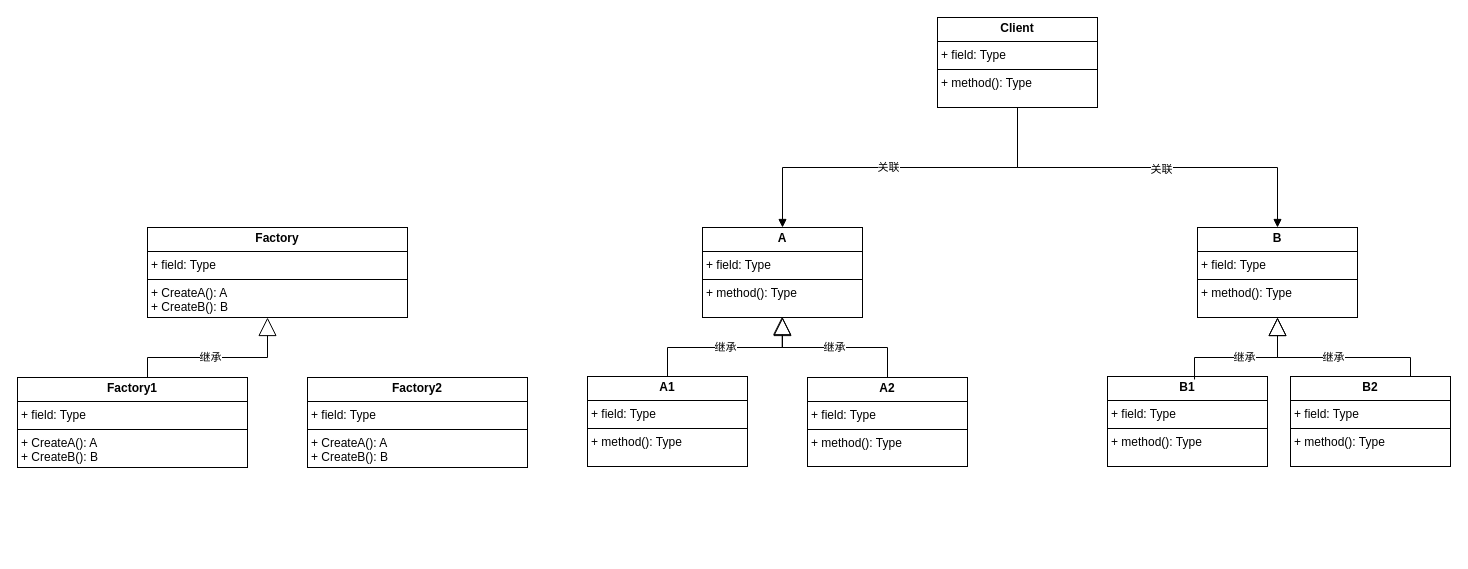
Above: page "第 2 页" (2 of 2) of 设计模式.drawio in liyunhao2/technology (draw.io), before the change. Source tidied: cells renumbered, new cells numbered last; positions are measured from the earlier drawing's top-left corner, leaving out a move shared by most shapes. Both pictures are drawn from the tidied source at 100%, with x=0, y=0 at pixel (17, 17).
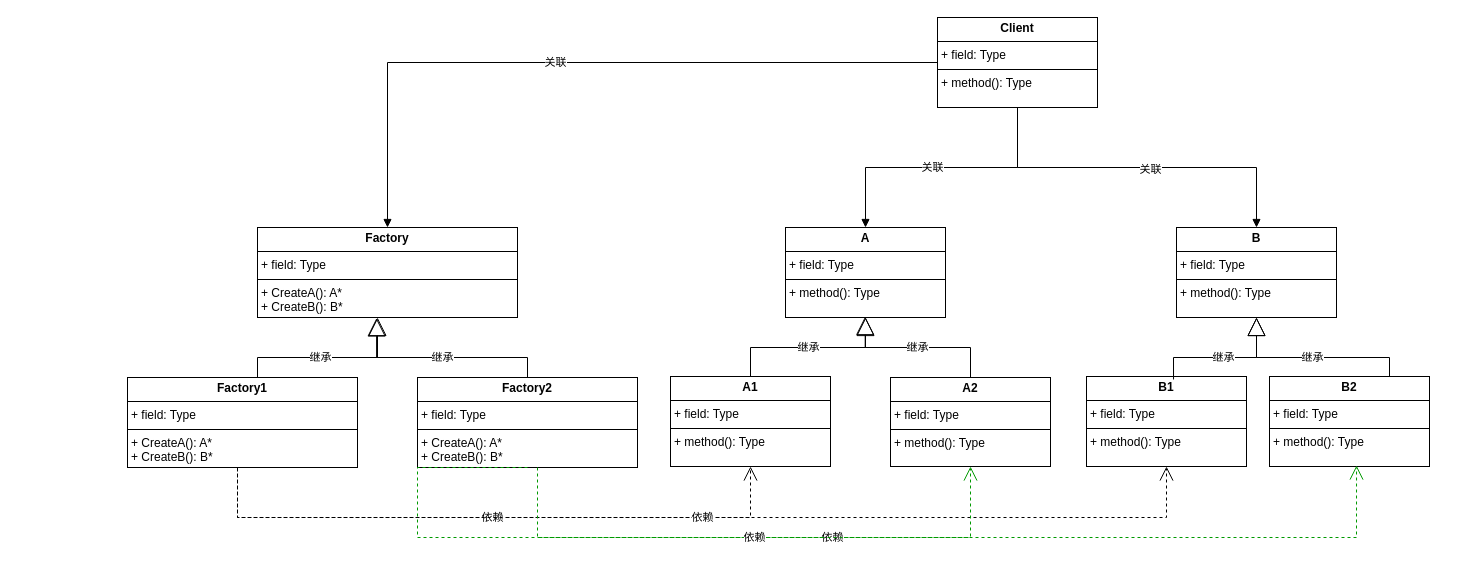
After the change.

Commit message (it also covers changes not shown here):
更新设计模式.drawio

Unchanged cells that the change refers to:
```xml
<mxCell id="2" value="&lt;p style=&quot;margin:0px;margin-top:4px;text-align:center;&quot;&gt;&lt;b&gt;Client&lt;/b&gt;&lt;/p&gt;&lt;hr size=&quot;1&quot; style=&quot;border-style:solid;&quot;&gt;&lt;p style=&quot;margin:0px;margin-left:4px;&quot;&gt;+ field: Type&lt;/p&gt;&lt;hr size=&quot;1&quot; style=&quot;border-style:solid;&quot;&gt;&lt;p style=&quot;margin:0px;margin-left:4px;&quot;&gt;+ method(): Type&lt;/p&gt;" style="verticalAlign=top;align=left;overflow=fill;html=1;whiteSpace=wrap;" parent="1" vertex="1">
  <mxGeometry x="920" width="160" height="90" as="geometry" />
</mxCell>
```

Diff of the diagram source:
```diff
@@
     <mxCell id="3" value="&lt;p style=&quot;margin:0px;margin-top:4px;text-align:center;&quot;&gt;&lt;b&gt;A1&lt;/b&gt;&lt;/p&gt;&lt;hr size=&quot;1&quot; style=&quot;border-style:solid;&quot;&gt;&lt;p style=&quot;margin:0px;margin-left:4px;&quot;&gt;+ field: Type&lt;/p&gt;&lt;hr size=&quot;1&quot; style=&quot;border-style:solid;&quot;&gt;&lt;p style=&quot;margin:0px;margin-left:4px;&quot;&gt;+ method(): Type&lt;/p&gt;" style="verticalAlign=top;align=left;overflow=fill;html=1;whiteSpace=wrap;" parent="1" vertex="1">
-      <mxGeometry x="570" y="359" width="160" height="90" as="geometry" />
+      <mxGeometry x="653" y="359" width="160" height="90" as="geometry" />
     </mxCell>
     <mxCell id="4" value="&lt;p style=&quot;margin:0px;margin-top:4px;text-align:center;&quot;&gt;&lt;b&gt;A&lt;/b&gt;&lt;/p&gt;&lt;hr size=&quot;1&quot; style=&quot;border-style:solid;&quot;&gt;&lt;p style=&quot;margin:0px;margin-left:4px;&quot;&gt;+ field: Type&lt;/p&gt;&lt;hr size=&quot;1&quot; style=&quot;border-style:solid;&quot;&gt;&lt;p style=&quot;margin:0px;margin-left:4px;&quot;&gt;+ method(): Type&lt;/p&gt;" style="verticalAlign=top;align=left;overflow=fill;html=1;whiteSpace=wrap;" parent="1" vertex="1">
-      <mxGeometry x="685" y="210" width="160" height="90" as="geometry" />
+      <mxGeometry x="768" y="210" width="160" height="90" as="geometry" />
     </mxCell>
     <mxCell id="5" value="&lt;p style=&quot;margin:0px;margin-top:4px;text-align:center;&quot;&gt;&lt;b&gt;A2&lt;/b&gt;&lt;br&gt;&lt;/p&gt;&lt;hr size=&quot;1&quot; style=&quot;border-style:solid;&quot;&gt;&lt;p style=&quot;margin:0px;margin-left:4px;&quot;&gt;+ field: Type&lt;/p&gt;&lt;hr size=&quot;1&quot; style=&quot;border-style:solid;&quot;&gt;&lt;p style=&quot;margin:0px;margin-left:4px;&quot;&gt;+ method(): Type&lt;/p&gt;" style="verticalAlign=top;align=left;overflow=fill;html=1;whiteSpace=wrap;" parent="1" vertex="1">
-      <mxGeometry x="790" y="360" width="160" height="89" as="geometry" />
+      <mxGeometry x="873" y="360" width="160" height="89" as="geometry" />
     </mxCell>
-    <mxCell id="6" value="&lt;p style=&quot;margin:0px;margin-top:4px;text-align:center;&quot;&gt;&lt;b&gt;Factory&lt;/b&gt;&lt;/p&gt;&lt;hr size=&quot;1&quot; style=&quot;border-style:solid;&quot;&gt;&lt;p style=&quot;margin:0px;margin-left:4px;&quot;&gt;+ field: Type&lt;br&gt;&lt;/p&gt;&lt;hr size=&quot;1&quot; style=&quot;border-style:solid;&quot;&gt;&lt;p style=&quot;margin:0px;margin-left:4px;&quot;&gt;+ CreateA(): A&lt;/p&gt;&lt;p style=&quot;margin:0px;margin-left:4px;&quot;&gt;+ CreateB(): B&lt;br&gt;&lt;/p&gt;" style="verticalAlign=top;align=left;overflow=fill;html=1;whiteSpace=wrap;" parent="1" vertex="1">
-      <mxGeometry x="130" y="210" width="260" height="90" as="geometry" />
+    <mxCell id="6" value="&lt;p style=&quot;margin:0px;margin-top:4px;text-align:center;&quot;&gt;&lt;b&gt;Factory&lt;/b&gt;&lt;/p&gt;&lt;hr size=&quot;1&quot; style=&quot;border-style:solid;&quot;&gt;&lt;p style=&quot;margin:0px;margin-left:4px;&quot;&gt;+ field: Type&lt;br&gt;&lt;/p&gt;&lt;hr size=&quot;1&quot; style=&quot;border-style:solid;&quot;&gt;&lt;p style=&quot;margin:0px;margin-left:4px;&quot;&gt;+ CreateA(): A*&lt;/p&gt;&lt;p style=&quot;margin:0px;margin-left:4px;&quot;&gt;+ CreateB(): B*&lt;br&gt;&lt;/p&gt;" style="verticalAlign=top;align=left;overflow=fill;html=1;whiteSpace=wrap;" parent="1" vertex="1">
+      <mxGeometry x="240" y="210" width="260" height="90" as="geometry" />
     </mxCell>
-    <mxCell id="7" value="&lt;p style=&quot;margin:0px;margin-top:4px;text-align:center;&quot;&gt;&lt;b&gt;Factory1&lt;/b&gt;&lt;/p&gt;&lt;hr size=&quot;1&quot; style=&quot;border-style:solid;&quot;&gt;&lt;p style=&quot;margin:0px;margin-left:4px;&quot;&gt;+ field: Type&lt;/p&gt;&lt;hr size=&quot;1&quot; style=&quot;border-style:solid;&quot;&gt;&lt;p style=&quot;margin: 0px 0px 0px 4px;&quot;&gt;+ CreateA(): A&lt;/p&gt;&lt;p style=&quot;margin: 0px 0px 0px 4px;&quot;&gt;+ CreateB(): B&lt;/p&gt;" style="verticalAlign=top;align=left;overflow=fill;html=1;whiteSpace=wrap;" parent="1" vertex="1">
-      <mxGeometry y="360" width="230" height="90" as="geometry" />
+    <mxCell id="7" value="&lt;p style=&quot;margin:0px;margin-top:4px;text-align:center;&quot;&gt;&lt;b&gt;Factory1&lt;/b&gt;&lt;/p&gt;&lt;hr size=&quot;1&quot; style=&quot;border-style:solid;&quot;&gt;&lt;p style=&quot;margin:0px;margin-left:4px;&quot;&gt;+ field: Type&lt;/p&gt;&lt;hr size=&quot;1&quot; style=&quot;border-style:solid;&quot;&gt;&lt;p style=&quot;margin: 0px 0px 0px 4px;&quot;&gt;+ CreateA(): A*&lt;/p&gt;&lt;p style=&quot;margin: 0px 0px 0px 4px;&quot;&gt;+ CreateB(): B*&lt;/p&gt;" style="verticalAlign=top;align=left;overflow=fill;html=1;whiteSpace=wrap;" parent="1" vertex="1">
+      <mxGeometry x="110" y="360" width="230" height="90" as="geometry" />
     </mxCell>
-    <mxCell id="8" value="&lt;p style=&quot;margin:0px;margin-top:4px;text-align:center;&quot;&gt;&lt;b&gt;Factory2&lt;/b&gt;&lt;br&gt;&lt;/p&gt;&lt;hr size=&quot;1&quot; style=&quot;border-style:solid;&quot;&gt;&lt;p style=&quot;margin:0px;margin-left:4px;&quot;&gt;+ field: Type&lt;/p&gt;&lt;hr size=&quot;1&quot; style=&quot;border-style:solid;&quot;&gt;&lt;p style=&quot;margin: 0px 0px 0px 4px;&quot;&gt;+ CreateA(): A&lt;/p&gt;&lt;p style=&quot;margin: 0px 0px 0px 4px;&quot;&gt;+ CreateB(): B&lt;/p&gt;" style="verticalAlign=top;align=left;overflow=fill;html=1;whiteSpace=wrap;" parent="1" vertex="1">
-      <mxGeometry x="290" y="360" width="220" height="90" as="geometry" />
+    <mxCell id="8" value="&lt;p style=&quot;margin:0px;margin-top:4px;text-align:center;&quot;&gt;&lt;b&gt;Factory2&lt;/b&gt;&lt;br&gt;&lt;/p&gt;&lt;hr size=&quot;1&quot; style=&quot;border-style:solid;&quot;&gt;&lt;p style=&quot;margin:0px;margin-left:4px;&quot;&gt;+ field: Type&lt;/p&gt;&lt;hr size=&quot;1&quot; style=&quot;border-style:solid;&quot;&gt;&lt;p style=&quot;margin: 0px 0px 0px 4px;&quot;&gt;+ CreateA(): A*&lt;/p&gt;&lt;p style=&quot;margin: 0px 0px 0px 4px;&quot;&gt;+ CreateB(): B*&lt;/p&gt;" style="verticalAlign=top;align=left;overflow=fill;html=1;whiteSpace=wrap;" parent="1" vertex="1">
+      <mxGeometry x="400" y="360" width="220" height="90" as="geometry" />
     </mxCell>
     <mxCell id="9" value="&lt;p style=&quot;margin:0px;margin-top:4px;text-align:center;&quot;&gt;&lt;b&gt;B1&lt;/b&gt;&lt;/p&gt;&lt;hr size=&quot;1&quot; style=&quot;border-style:solid;&quot;&gt;&lt;p style=&quot;margin:0px;margin-left:4px;&quot;&gt;+ field: Type&lt;/p&gt;&lt;hr size=&quot;1&quot; style=&quot;border-style:solid;&quot;&gt;&lt;p style=&quot;margin:0px;margin-left:4px;&quot;&gt;+ method(): Type&lt;/p&gt;" style="verticalAlign=top;align=left;overflow=fill;html=1;whiteSpace=wrap;" parent="1" vertex="1">
-      <mxGeometry x="1090" y="359" width="160" height="90" as="geometry" />
+      <mxGeometry x="1069" y="359" width="160" height="90" as="geometry" />
     </mxCell>
     <mxCell id="10" value="&lt;p style=&quot;margin:0px;margin-top:4px;text-align:center;&quot;&gt;&lt;b&gt;B&lt;/b&gt;&lt;br&gt;&lt;/p&gt;&lt;hr size=&quot;1&quot; style=&quot;border-style:solid;&quot;&gt;&lt;p style=&quot;margin:0px;margin-left:4px;&quot;&gt;+ field: Type&lt;/p&gt;&lt;hr size=&quot;1&quot; style=&quot;border-style:solid;&quot;&gt;&lt;p style=&quot;margin:0px;margin-left:4px;&quot;&gt;+ method(): Type&lt;/p&gt;" style="verticalAlign=top;align=left;overflow=fill;html=1;whiteSpace=wrap;" parent="1" vertex="1">
-      <mxGeometry x="1180" y="210" width="160" height="90" as="geometry" />
+      <mxGeometry x="1159" y="210" width="160" height="90" as="geometry" />
     </mxCell>
     <mxCell id="11" value="&lt;p style=&quot;margin:0px;margin-top:4px;text-align:center;&quot;&gt;&lt;b&gt;B2&lt;/b&gt;&lt;br&gt;&lt;/p&gt;&lt;hr size=&quot;1&quot; style=&quot;border-style:solid;&quot;&gt;&lt;p style=&quot;margin:0px;margin-left:4px;&quot;&gt;+ field: Type&lt;/p&gt;&lt;hr size=&quot;1&quot; style=&quot;border-style:solid;&quot;&gt;&lt;p style=&quot;margin:0px;margin-left:4px;&quot;&gt;+ method(): Type&lt;/p&gt;" style="verticalAlign=top;align=left;overflow=fill;html=1;whiteSpace=wrap;" parent="1" vertex="1">
-      <mxGeometry x="1273" y="359" width="160" height="90" as="geometry" />
+      <mxGeometry x="1252" y="359" width="160" height="90" as="geometry" />
     </mxCell>
@@
     <mxCell id="14" value="继承" style="endArrow=block;endSize=16;endFill=0;html=1;rounded=0;edgeStyle=orthogonalEdgeStyle;entryX=0.5;entryY=1;entryDx=0;entryDy=0;exitX=0.544;exitY=0.033;exitDx=0;exitDy=0;exitPerimeter=0;" parent="1" edge="1" source="9" target="10">
       <mxGeometry relative="1" as="geometry">
         <Array as="points">
-          <mxPoint x="1177" y="340" />
-          <mxPoint x="1260" y="340" />
+          <mxPoint x="1156" y="340" />
+          <mxPoint x="1239" y="340" />
         </Array>
       </mxGeometry>
     </mxCell>
     <mxCell id="15" value="继承" style="endArrow=block;endSize=16;endFill=0;html=1;rounded=0;edgeStyle=orthogonalEdgeStyle;exitX=0.75;exitY=0;exitDx=0;exitDy=0;" parent="1" edge="1" source="11">
       <mxGeometry relative="1" as="geometry">
-        <mxPoint x="1260" y="300" as="targetPoint" />
+        <mxPoint x="1239" y="300" as="targetPoint" />
         <Array as="points">
-          <mxPoint x="1393" y="340" />
-          <mxPoint x="1260" y="340" />
+          <mxPoint x="1372" y="340" />
+          <mxPoint x="1239" y="340" />
         </Array>
       </mxGeometry>
     </mxCell>
@@
     <mxCell id="18" value="继承" style="endArrow=block;endSize=16;endFill=0;html=1;rounded=0;edgeStyle=orthogonalEdgeStyle;entryX=0.5;entryY=1;entryDx=0;entryDy=0;exitX=0.5;exitY=0;exitDx=0;exitDy=0;" parent="1" edge="1" source="3" target="4">
       <mxGeometry relative="1" as="geometry">
         <Array as="points">
-          <mxPoint x="650" y="330" />
-          <mxPoint x="765" y="330" />
+          <mxPoint x="733" y="330" />
+          <mxPoint x="848" y="330" />
         </Array>
       </mxGeometry>
     </mxCell>
     <mxCell id="19" value="继承" style="endArrow=block;endSize=16;endFill=0;html=1;rounded=0;edgeStyle=orthogonalEdgeStyle;exitX=0.5;exitY=0;exitDx=0;exitDy=0;entryX=0.498;entryY=0.989;entryDx=0;entryDy=0;entryPerimeter=0;" parent="1" edge="1" source="5" target="4">
       <mxGeometry relative="1" as="geometry">
         <Array as="points">
-          <mxPoint x="870" y="330" />
-          <mxPoint x="765" y="330" />
-          <mxPoint x="765" y="299" />
+          <mxPoint x="953" y="330" />
+          <mxPoint x="848" y="330" />
+          <mxPoint x="848" y="299" />
         </Array>
       </mxGeometry>
     </mxCell>
     <mxCell id="20" value="继承" style="endArrow=block;endSize=16;endFill=0;html=1;rounded=0;edgeStyle=orthogonalEdgeStyle;exitX=0.5;exitY=0;exitDx=0;exitDy=0;" parent="1" edge="1" source="7">
       <mxGeometry relative="1" as="geometry">
-        <mxPoint x="250" y="300" as="targetPoint" />
+        <mxPoint x="360" y="300" as="targetPoint" />
         <Array as="points">
-          <mxPoint x="130" y="360" />
-          <mxPoint x="130" y="340" />
-          <mxPoint x="250" y="340" />
+          <mxPoint x="240" y="360" />
+          <mxPoint x="240" y="340" />
+          <mxPoint x="360" y="340" />
         </Array>
       </mxGeometry>
     </mxCell>
+    <mxCell id="21" value="继承" style="endArrow=block;endSize=16;endFill=0;html=1;rounded=0;edgeStyle=orthogonalEdgeStyle;exitX=0.5;exitY=0;exitDx=0;exitDy=0;entryX=0.458;entryY=1.005;entryDx=0;entryDy=0;entryPerimeter=0;" parent="1" edge="1" source="8" target="6">
+      <mxGeometry relative="1" as="geometry">
+        <Array as="points">
+          <mxPoint x="510" y="340" />
+          <mxPoint x="359" y="340" />
+          <mxPoint x="359" y="300" />
+          <mxPoint x="359" y="300" />
+        </Array>
+      </mxGeometry>
+    </mxCell>
+    <mxCell id="22" value="依赖" style="endArrow=open;endSize=12;dashed=1;html=1;rounded=0;edgeStyle=orthogonalEdgeStyle;exitX=0.5;exitY=1;exitDx=0;exitDy=0;" parent="1" edge="1" source="7" target="3">
+      <mxGeometry relative="1" as="geometry">
+        <Array as="points">
+          <mxPoint x="220" y="450" />
+          <mxPoint x="220" y="500" />
+          <mxPoint x="733" y="500" />
+        </Array>
+      </mxGeometry>
+    </mxCell>
+    <mxCell id="23" value="依赖" style="endArrow=open;endSize=12;dashed=1;html=1;rounded=0;edgeStyle=orthogonalEdgeStyle;entryX=0.5;entryY=1;entryDx=0;entryDy=0;" parent="1" edge="1" target="9">
+      <mxGeometry relative="1" as="geometry">
+        <mxPoint x="220" y="450" as="sourcePoint" />
+        <Array as="points">
+          <mxPoint x="220" y="450" />
+          <mxPoint x="220" y="500" />
+          <mxPoint x="1149" y="500" />
+        </Array>
+      </mxGeometry>
+    </mxCell>
+    <mxCell id="24" value="依赖" style="endArrow=open;endSize=12;dashed=1;html=1;rounded=0;edgeStyle=orthogonalEdgeStyle;exitX=0.5;exitY=1;exitDx=0;exitDy=0;entryX=0.544;entryY=0.989;entryDx=0;entryDy=0;entryPerimeter=0;strokeColor=#009900;" parent="1" edge="1" source="8" target="11">
+      <mxGeometry relative="1" as="geometry">
+        <Array as="points">
+          <mxPoint x="400" y="520" />
+          <mxPoint x="1339" y="520" />
+        </Array>
+      </mxGeometry>
+    </mxCell>
+    <mxCell id="25" value="依赖" style="endArrow=open;endSize=12;dashed=1;html=1;rounded=0;edgeStyle=orthogonalEdgeStyle;entryX=0.5;entryY=1;entryDx=0;entryDy=0;strokeColor=#009900;" parent="1" edge="1" target="5">
+      <mxGeometry relative="1" as="geometry">
+        <mxPoint x="520" y="450" as="sourcePoint" />
+        <Array as="points">
+          <mxPoint x="520" y="450" />
+          <mxPoint x="520" y="520" />
+          <mxPoint x="953" y="520" />
+        </Array>
+      </mxGeometry>
+    </mxCell>
+    <mxCell id="26" style="endArrow=block;startArrow=none;endFill=1;startFill=0;html=1;rounded=0;edgeStyle=orthogonalEdgeStyle;exitX=0;exitY=0.5;exitDx=0;exitDy=0;entryX=0.5;entryY=0;entryDx=0;entryDy=0;" parent="1" edge="1" source="2" target="6">
+      <mxGeometry relative="1" as="geometry">
+        <Array as="points">
+          <mxPoint x="370" y="45" />
+        </Array>
+      </mxGeometry>
+    </mxCell>
+    <mxCell id="27" value="关联" style="edgeLabel;html=1;align=center;verticalAlign=middle;" parent="26" vertex="1">
+      <mxGeometry x="0.07" y="-1" relative="1" as="geometry" />
+    </mxCell>
```
